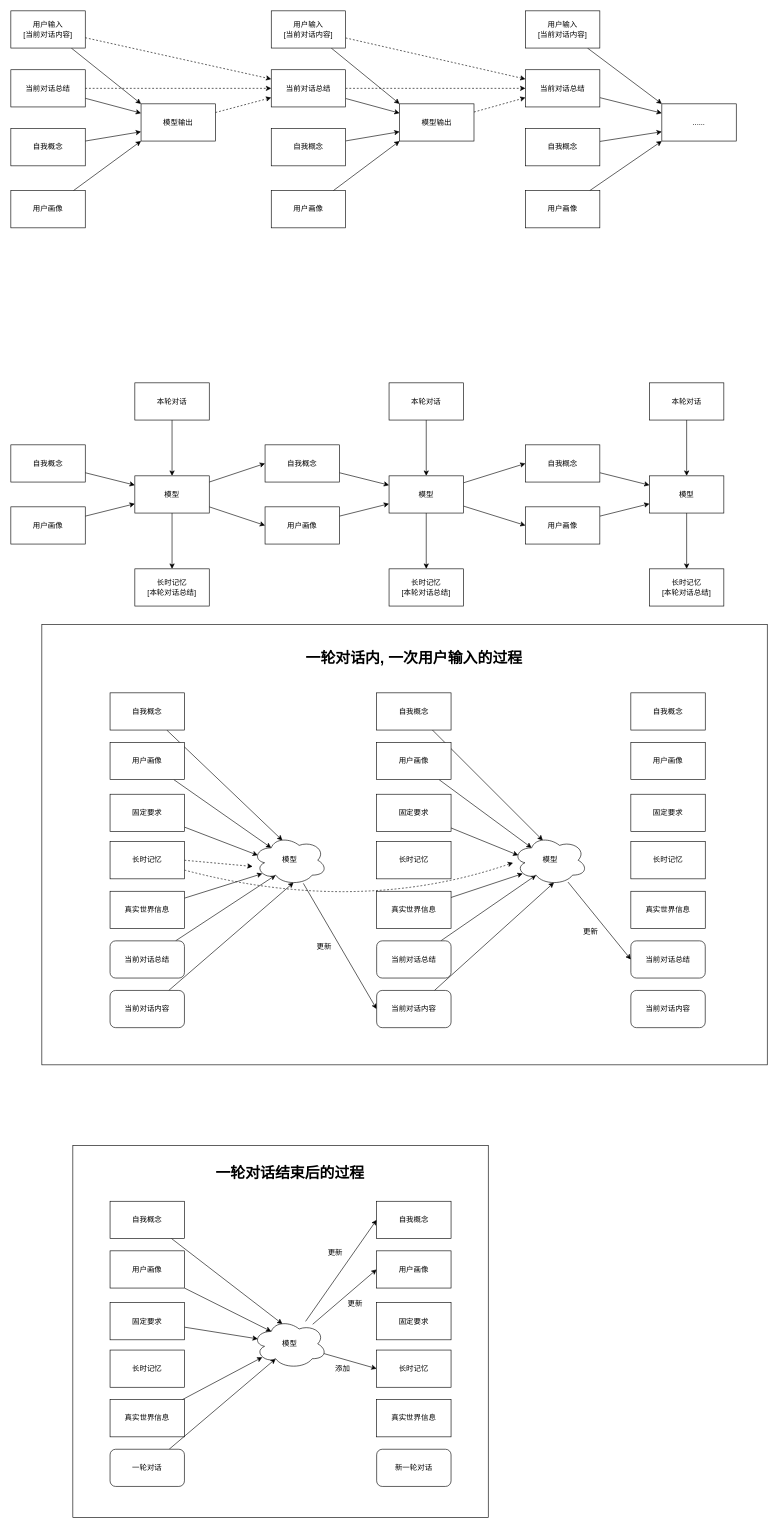
This is readme/structure.drawio from LeafYeeXYZ/CounselorLeaf, a draw.io file, before an edit. Source tidied: cells renumbered, new cells numbered last; positions are measured from the earlier drawing's top-left corner, leaving out a move shared by most shapes. Both pictures are drawn from the tidied source at 62%, with x=0, y=0 at pixel (11, 11).
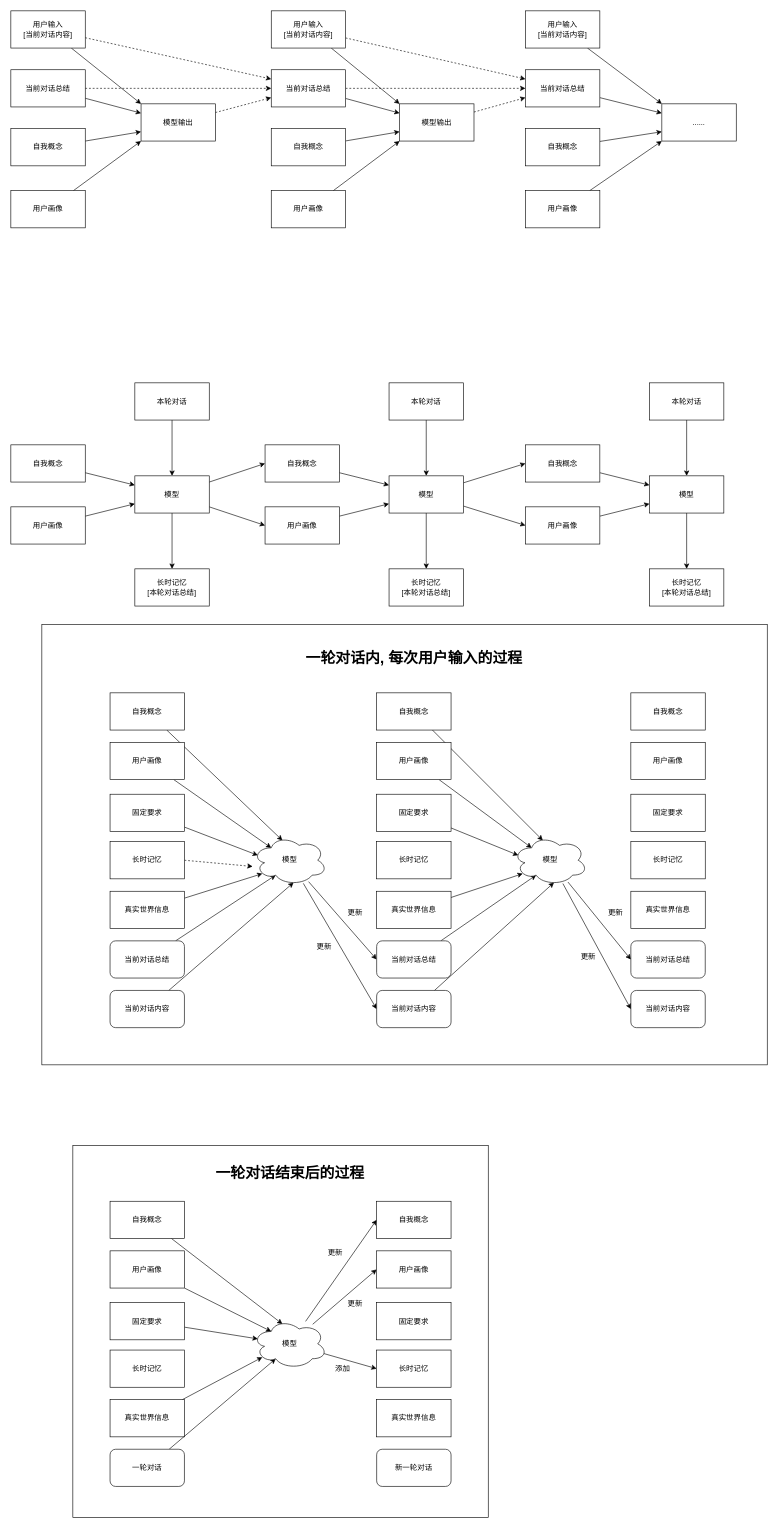
The same page after the edit.

Unchanged cells that the change refers to:
```xml
<mxCell id="72" value="长时记忆" style="whiteSpace=wrap;html=1;" parent="1" vertex="1">
  <mxGeometry x="160" y="1340" width="120" height="60" as="geometry" />
</mxCell>
<mxCell id="85" value="模型" style="ellipse;shape=cloud;whiteSpace=wrap;html=1;" parent="1" vertex="1">
  <mxGeometry x="390" y="1330" width="120" height="80" as="geometry" />
</mxCell>
<mxCell id="95" value="当前对话总结" style="rounded=1;whiteSpace=wrap;html=1;" parent="1" vertex="1">
  <mxGeometry x="590" y="1500" width="120" height="60" as="geometry" />
</mxCell>
<mxCell id="105" value="当前对话内容" style="rounded=1;whiteSpace=wrap;html=1;" parent="1" vertex="1">
  <mxGeometry x="1000" y="1580" width="120" height="60" as="geometry" />
</mxCell>
<mxCell id="107" value="模型" style="ellipse;shape=cloud;whiteSpace=wrap;html=1;" parent="1" vertex="1">
  <mxGeometry x="810" y="1330" width="120" height="80" as="geometry" />
</mxCell>
```

The edit, as a diff of the source:
```diff
@@
-    <mxCell id="3" style="edgeStyle=none;html=1;dashed=1;curved=1;" parent="1" edge="1" source="72">
-      <mxGeometry relative="1" as="geometry">
-        <mxPoint x="810" y="1374" as="targetPoint" />
-        <Array as="points">
-          <mxPoint x="560" y="1460" />
-        </Array>
-      </mxGeometry>
-    </mxCell>
@@
+    <mxCell id="3" style="edgeStyle=none;html=1;entryX=0;entryY=0.5;entryDx=0;entryDy=0;" parent="1" edge="1" source="85" target="95">
+      <mxGeometry relative="1" as="geometry" />
+    </mxCell>
@@
+    <mxCell id="135" style="edgeStyle=none;html=1;entryX=0;entryY=0.5;entryDx=0;entryDy=0;" parent="1" edge="1" source="107" target="105">
+      <mxGeometry relative="1" as="geometry" />
+    </mxCell>
@@
     <mxCell id="108" value="更新" style="text;html=1;align=center;verticalAlign=middle;strokeColor=none;fillColor=none;" parent="1" vertex="1">
-      <mxGeometry x="910" y="1470" width="50" height="30" as="geometry" />
+      <mxGeometry x="906.2" y="1510" width="50" height="30" as="geometry" />
     </mxCell>
-    <mxCell id="109" value="&lt;b&gt;&lt;font style=&quot;font-size: 24px;&quot;&gt;一轮对话内, 一次用户输入的过程&lt;/font&gt;&lt;/b&gt;" style="text;strokeColor=none;align=center;fillColor=none;html=1;verticalAlign=middle;whiteSpace=wrap;rounded=0;" parent="1" vertex="1">
+    <mxCell id="109" value="&lt;b&gt;&lt;font style=&quot;font-size: 24px;&quot;&gt;一轮对话内, 每次用户输入的过程&lt;/font&gt;&lt;/b&gt;" style="text;strokeColor=none;align=center;fillColor=none;html=1;verticalAlign=middle;whiteSpace=wrap;rounded=0;" parent="1" vertex="1">
       <mxGeometry x="393.8" y="1030" width="512.5" height="30" as="geometry" />
     </mxCell>
@@
+    <mxCell id="136" value="更新" style="text;html=1;align=center;verticalAlign=middle;strokeColor=none;fillColor=none;" parent="1" vertex="1">
+      <mxGeometry x="530" y="1440" width="50" height="30" as="geometry" />
+    </mxCell>
+    <mxCell id="137" value="更新" style="text;html=1;align=center;verticalAlign=middle;strokeColor=none;fillColor=none;" parent="1" vertex="1">
+      <mxGeometry x="950" y="1440" width="50" height="30" as="geometry" />
+    </mxCell>
```
